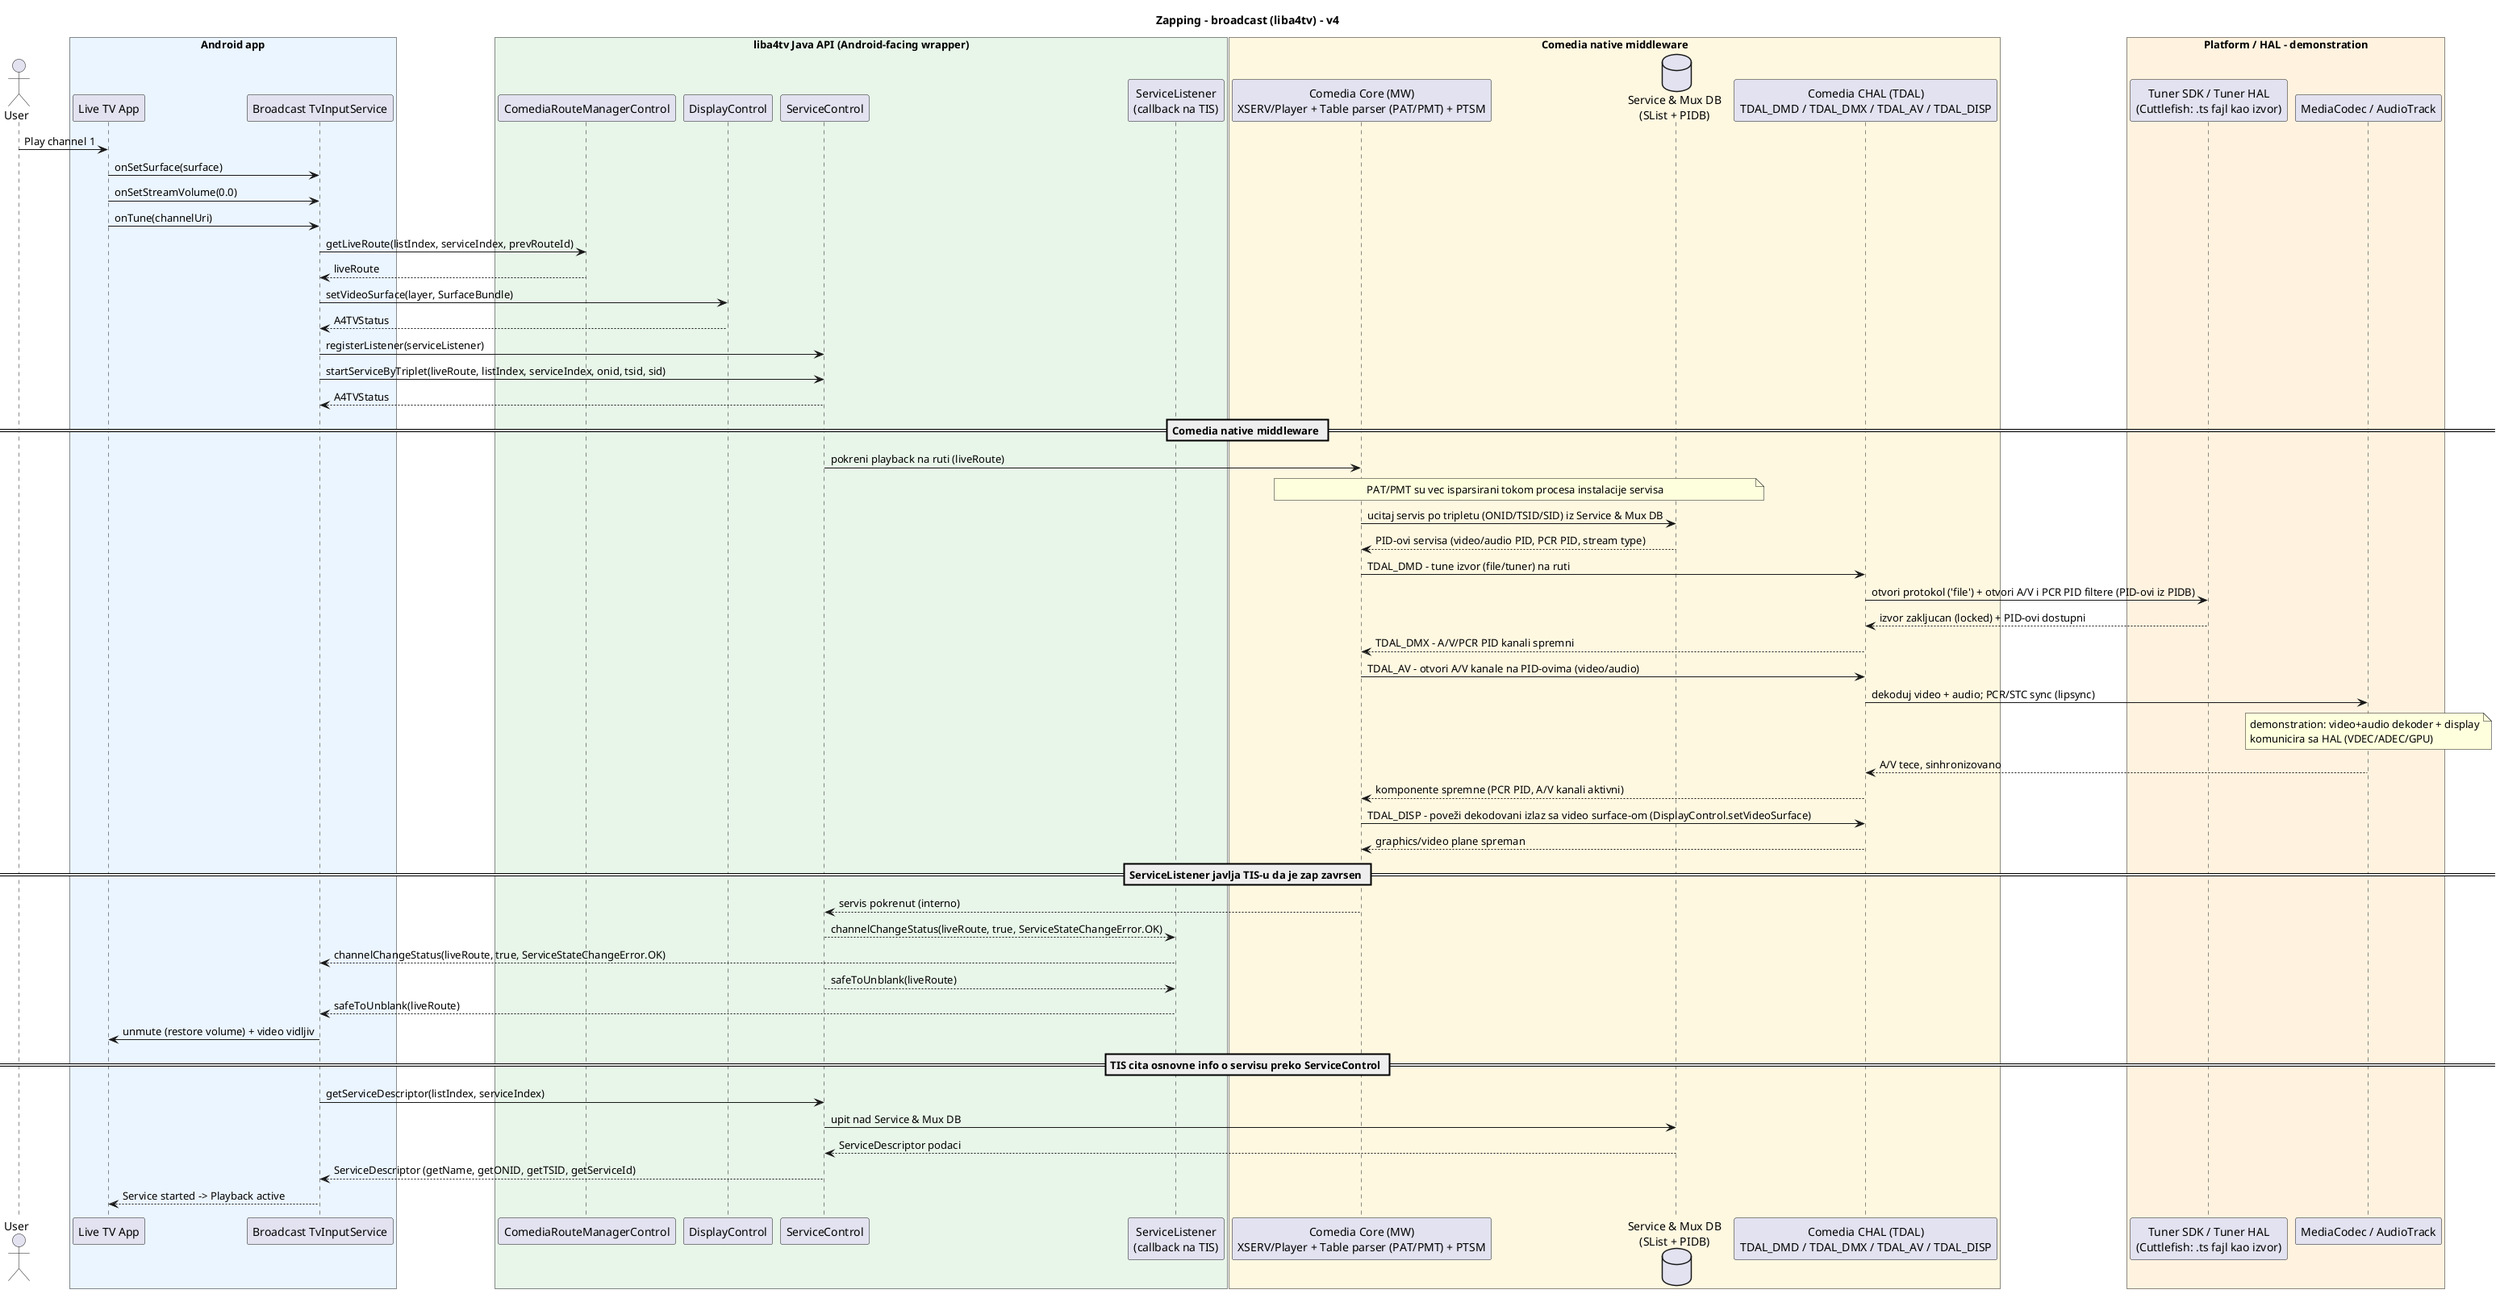
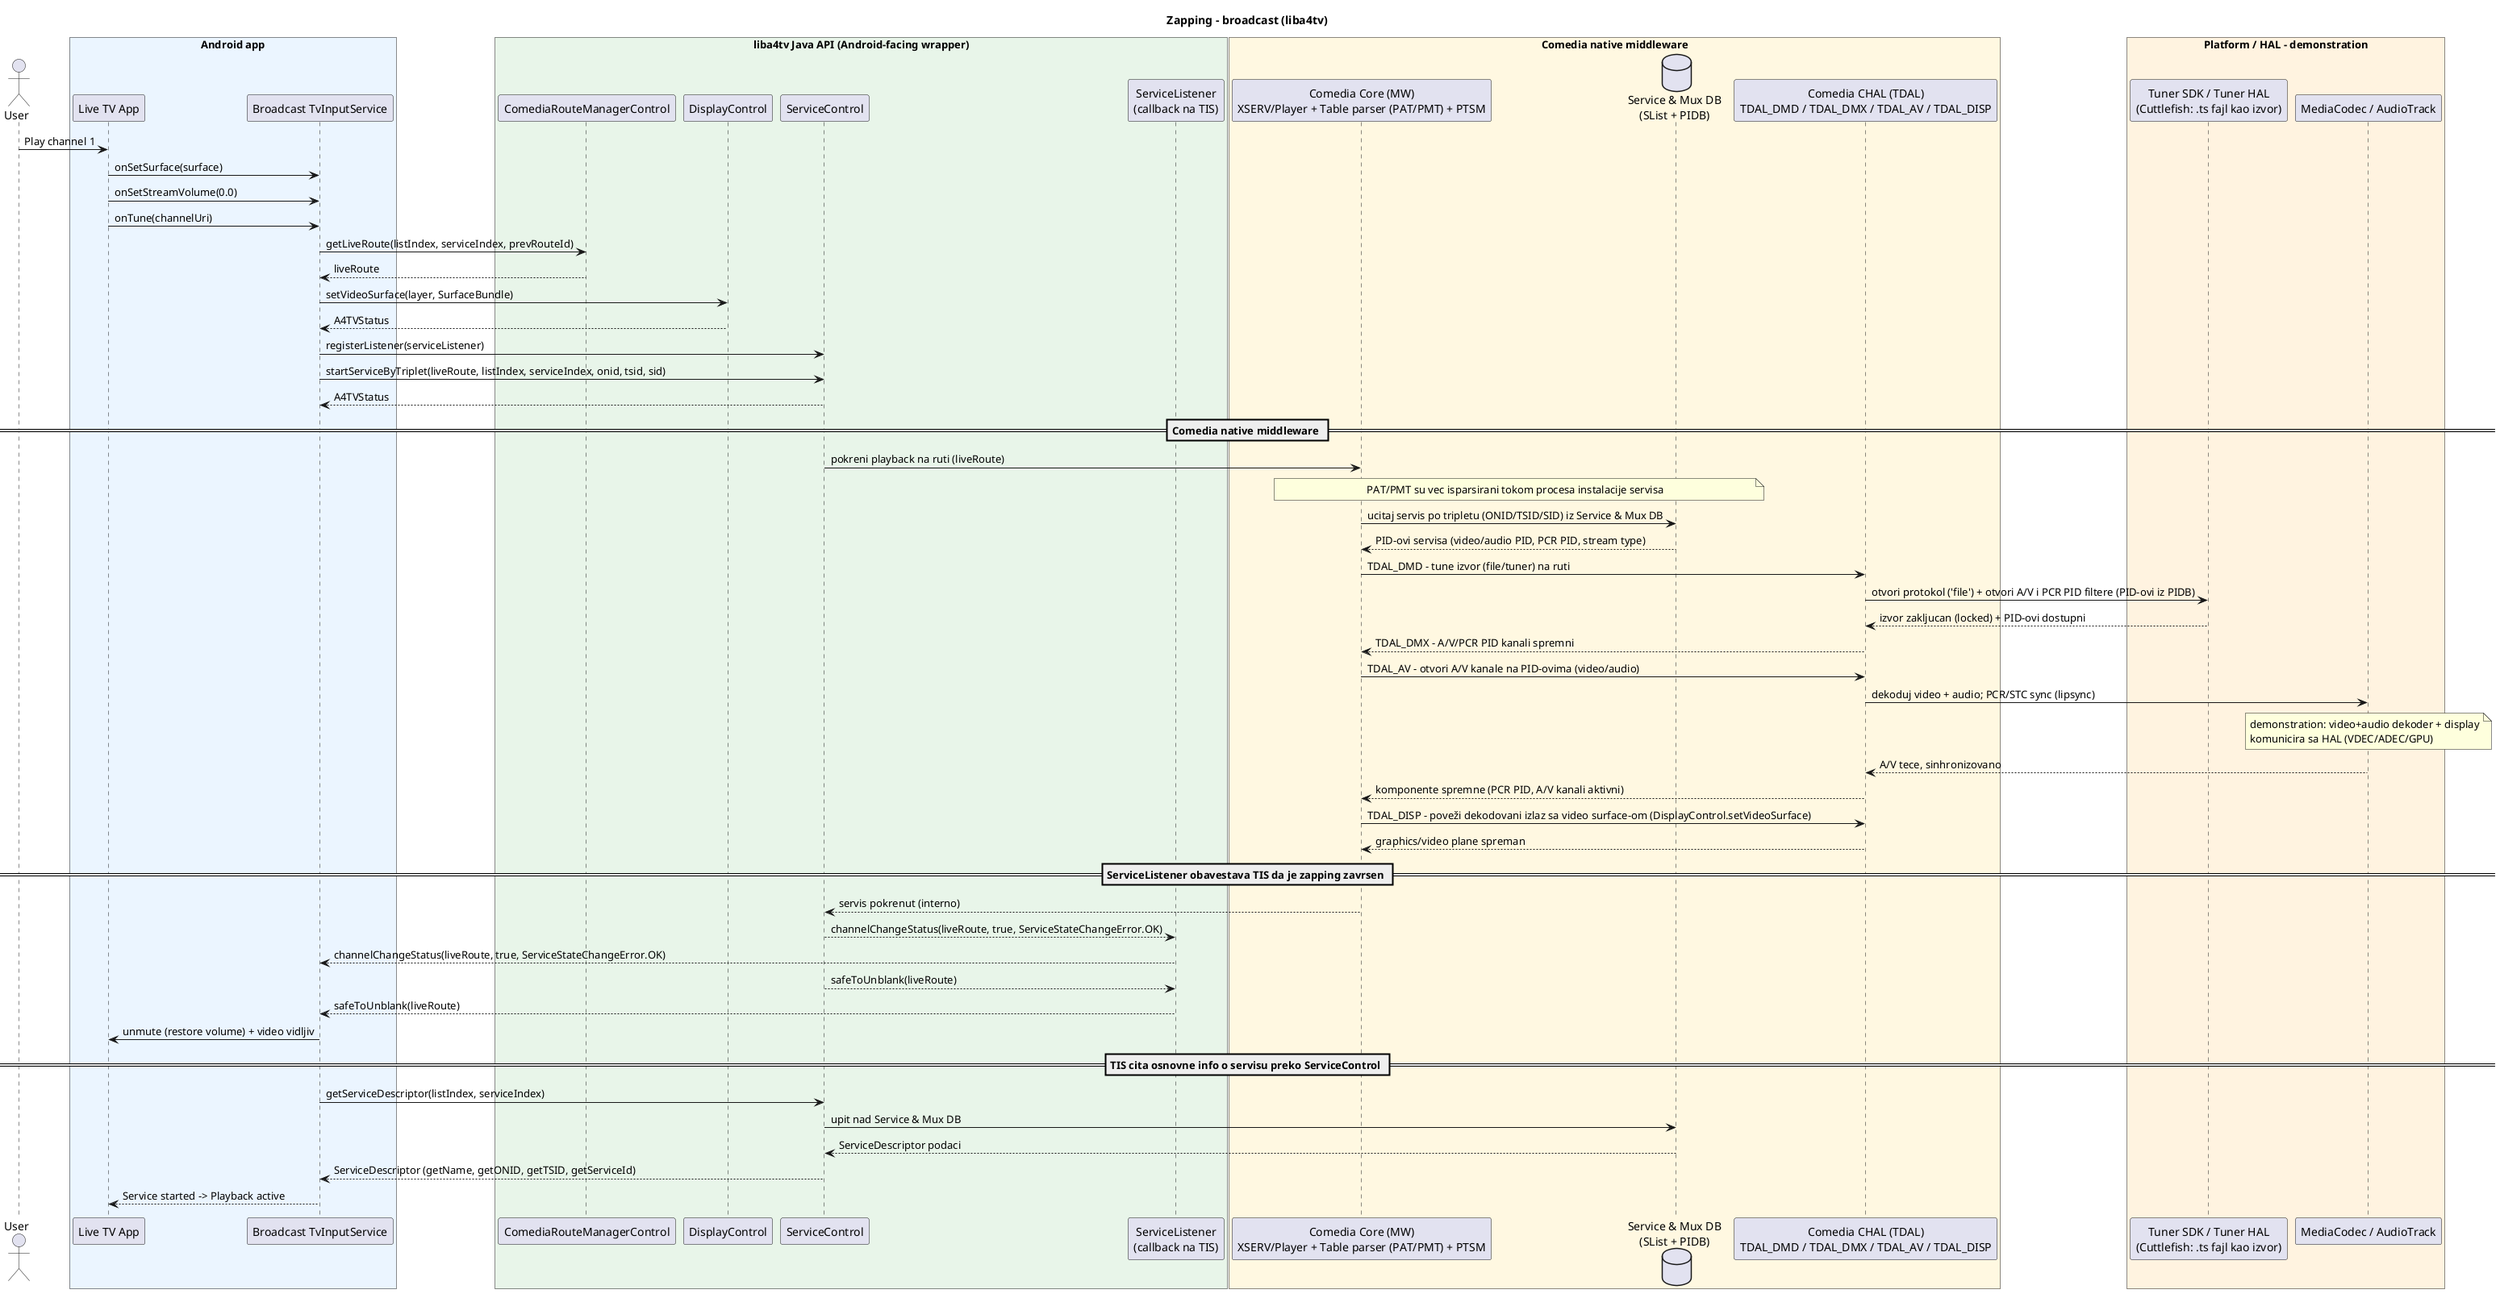
@startuml sequence_zapping_liba4tv_v4
- title Zapping - broadcast (liba4tv) - v4
+ title Zapping - broadcast (liba4tv)

actor User
box "Android app" #EBF5FF
  participant "Live TV App" as App
  participant "Broadcast TvInputService" as TIS
end box

box "liba4tv Java API (Android-facing wrapper)" #E8F5E9
  participant "ComediaRouteManagerControl" as ROUTE
  participant "DisplayControl" as DISP
  participant "ServiceControl" as SVC
  participant "ServiceListener\n(callback na TIS)" as SVCL
end box

box "Comedia native middleware" #FFF8E1
  participant "Comedia Core (MW)\nXSERV/Player + Table parser (PAT/PMT) + PTSM" as CORE
  database "Service & Mux DB\n(SList + PIDB)" as SDB
  participant "Comedia CHAL (TDAL)\nTDAL_DMD / TDAL_DMX / TDAL_AV / TDAL_DISP" as CHAL
end box

box "Platform / HAL - demonstration" #FFF3E0
  participant "Tuner SDK / Tuner HAL\n(Cuttlefish: .ts fajl kao izvor)" as TSDK
  participant "MediaCodec / AudioTrack" as AVDEC
end box

User -> App : Play channel 1
App -> TIS : onSetSurface(surface)
App -> TIS : onSetStreamVolume(0.0)
App -> TIS : onTune(channelUri)

TIS -> ROUTE : getLiveRoute(listIndex, serviceIndex, prevRouteId)
ROUTE --> TIS : liveRoute

TIS -> DISP : setVideoSurface(layer, SurfaceBundle)
DISP --> TIS : A4TVStatus

TIS -> SVC : registerListener(serviceListener)
TIS -> SVC : startServiceByTriplet(liveRoute, listIndex, serviceIndex, onid, tsid, sid)
SVC --> TIS : A4TVStatus

== Comedia native middleware ==

SVC -> CORE : pokreni playback na ruti (liveRoute)

note over CORE, SDB
 PAT/PMT su vec isparsirani tokom procesa instalacije servisa
end note

CORE -> SDB : ucitaj servis po tripletu (ONID/TSID/SID) iz Service & Mux DB
SDB --> CORE : PID-ovi servisa (video/audio PID, PCR PID, stream type)

CORE -> CHAL : TDAL_DMD - tune izvor (file/tuner) na ruti

CHAL -> TSDK : otvori protokol ('file') + otvori A/V i PCR PID filtere (PID-ovi iz PIDB)
TSDK --> CHAL : izvor zakljucan (locked) + PID-ovi dostupni

CHAL --> CORE : TDAL_DMX - A/V/PCR PID kanali spremni

CORE -> CHAL : TDAL_AV - otvori A/V kanale na PID-ovima (video/audio)
CHAL -> AVDEC : dekoduj video + audio; PCR/STC sync (lipsync)
note over AVDEC : demonstration: video+audio dekoder + display\nkomunicira sa HAL (VDEC/ADEC/GPU)
AVDEC --> CHAL : A/V tece, sinhronizovano
CHAL --> CORE : komponente spremne (PCR PID, A/V kanali aktivni)

CORE -> CHAL : TDAL_DISP - poveži dekodovani izlaz sa video surface-om (DisplayControl.setVideoSurface)
CHAL --> CORE : graphics/video plane spreman

- == ServiceListener javlja TIS-u da je zap zavrsen ==
+ == ServiceListener obavestava TIS da je zapping zavrsen ==
CORE --> SVC : servis pokrenut (interno)
SVC --> SVCL : channelChangeStatus(liveRoute, true, ServiceStateChangeError.OK)
SVCL --> TIS : channelChangeStatus(liveRoute, true, ServiceStateChangeError.OK)
SVC --> SVCL : safeToUnblank(liveRoute)
SVCL --> TIS : safeToUnblank(liveRoute)

TIS -> App : unmute (restore volume) + video vidljiv

== TIS cita osnovne info o servisu preko ServiceControl ==
TIS -> SVC : getServiceDescriptor(listIndex, serviceIndex)
SVC -> SDB : upit nad Service & Mux DB
SDB --> SVC : ServiceDescriptor podaci
SVC --> TIS : ServiceDescriptor (getName, getONID, getTSID, getServiceId)

TIS --> App : Service started -> Playback active

@enduml
